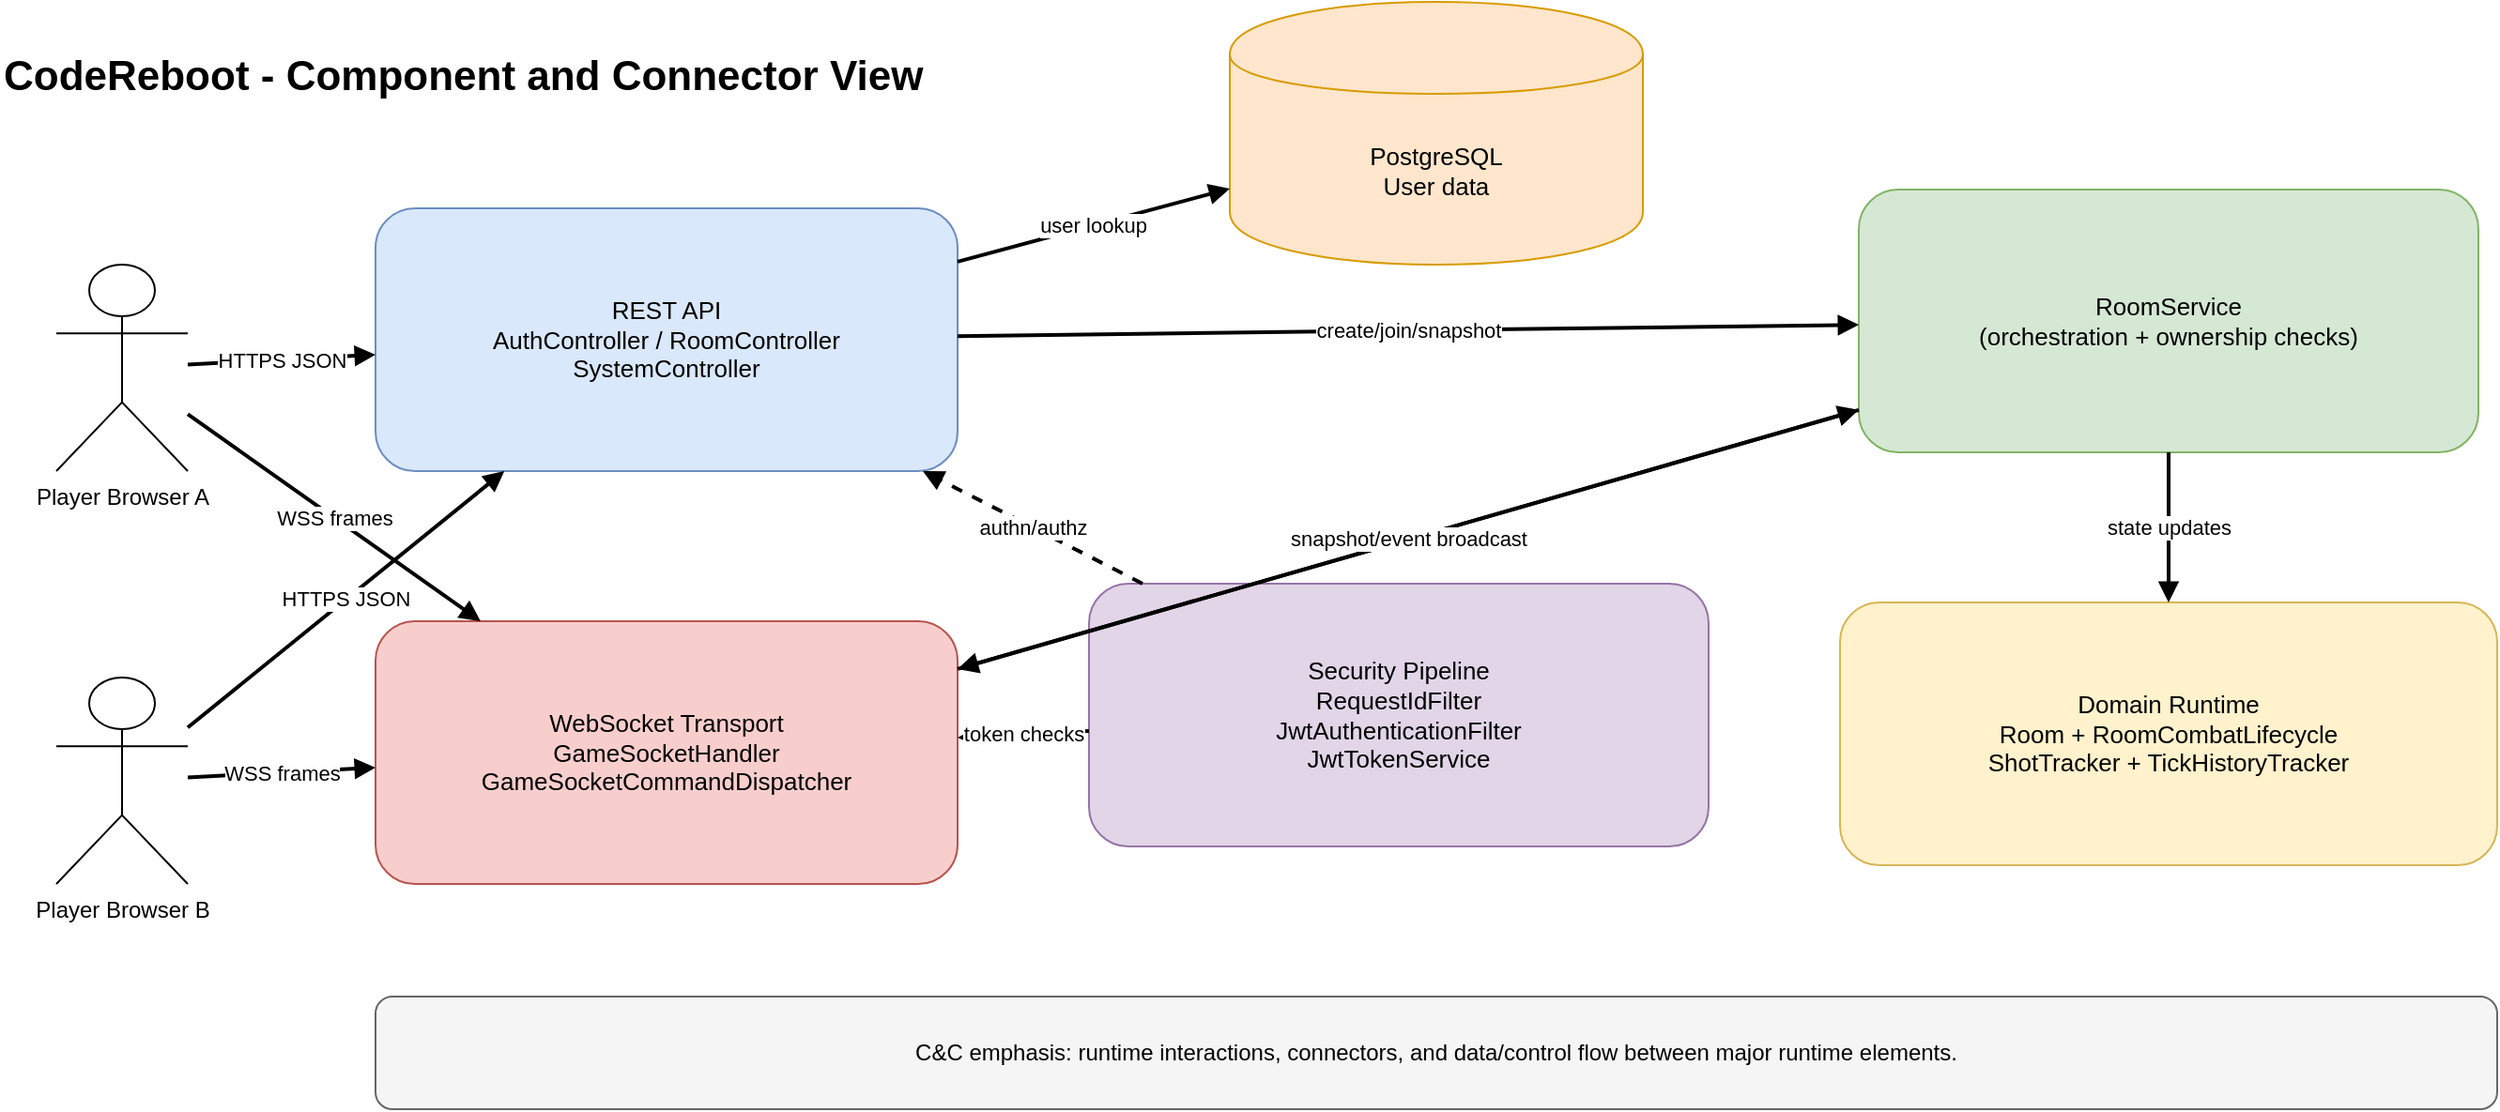
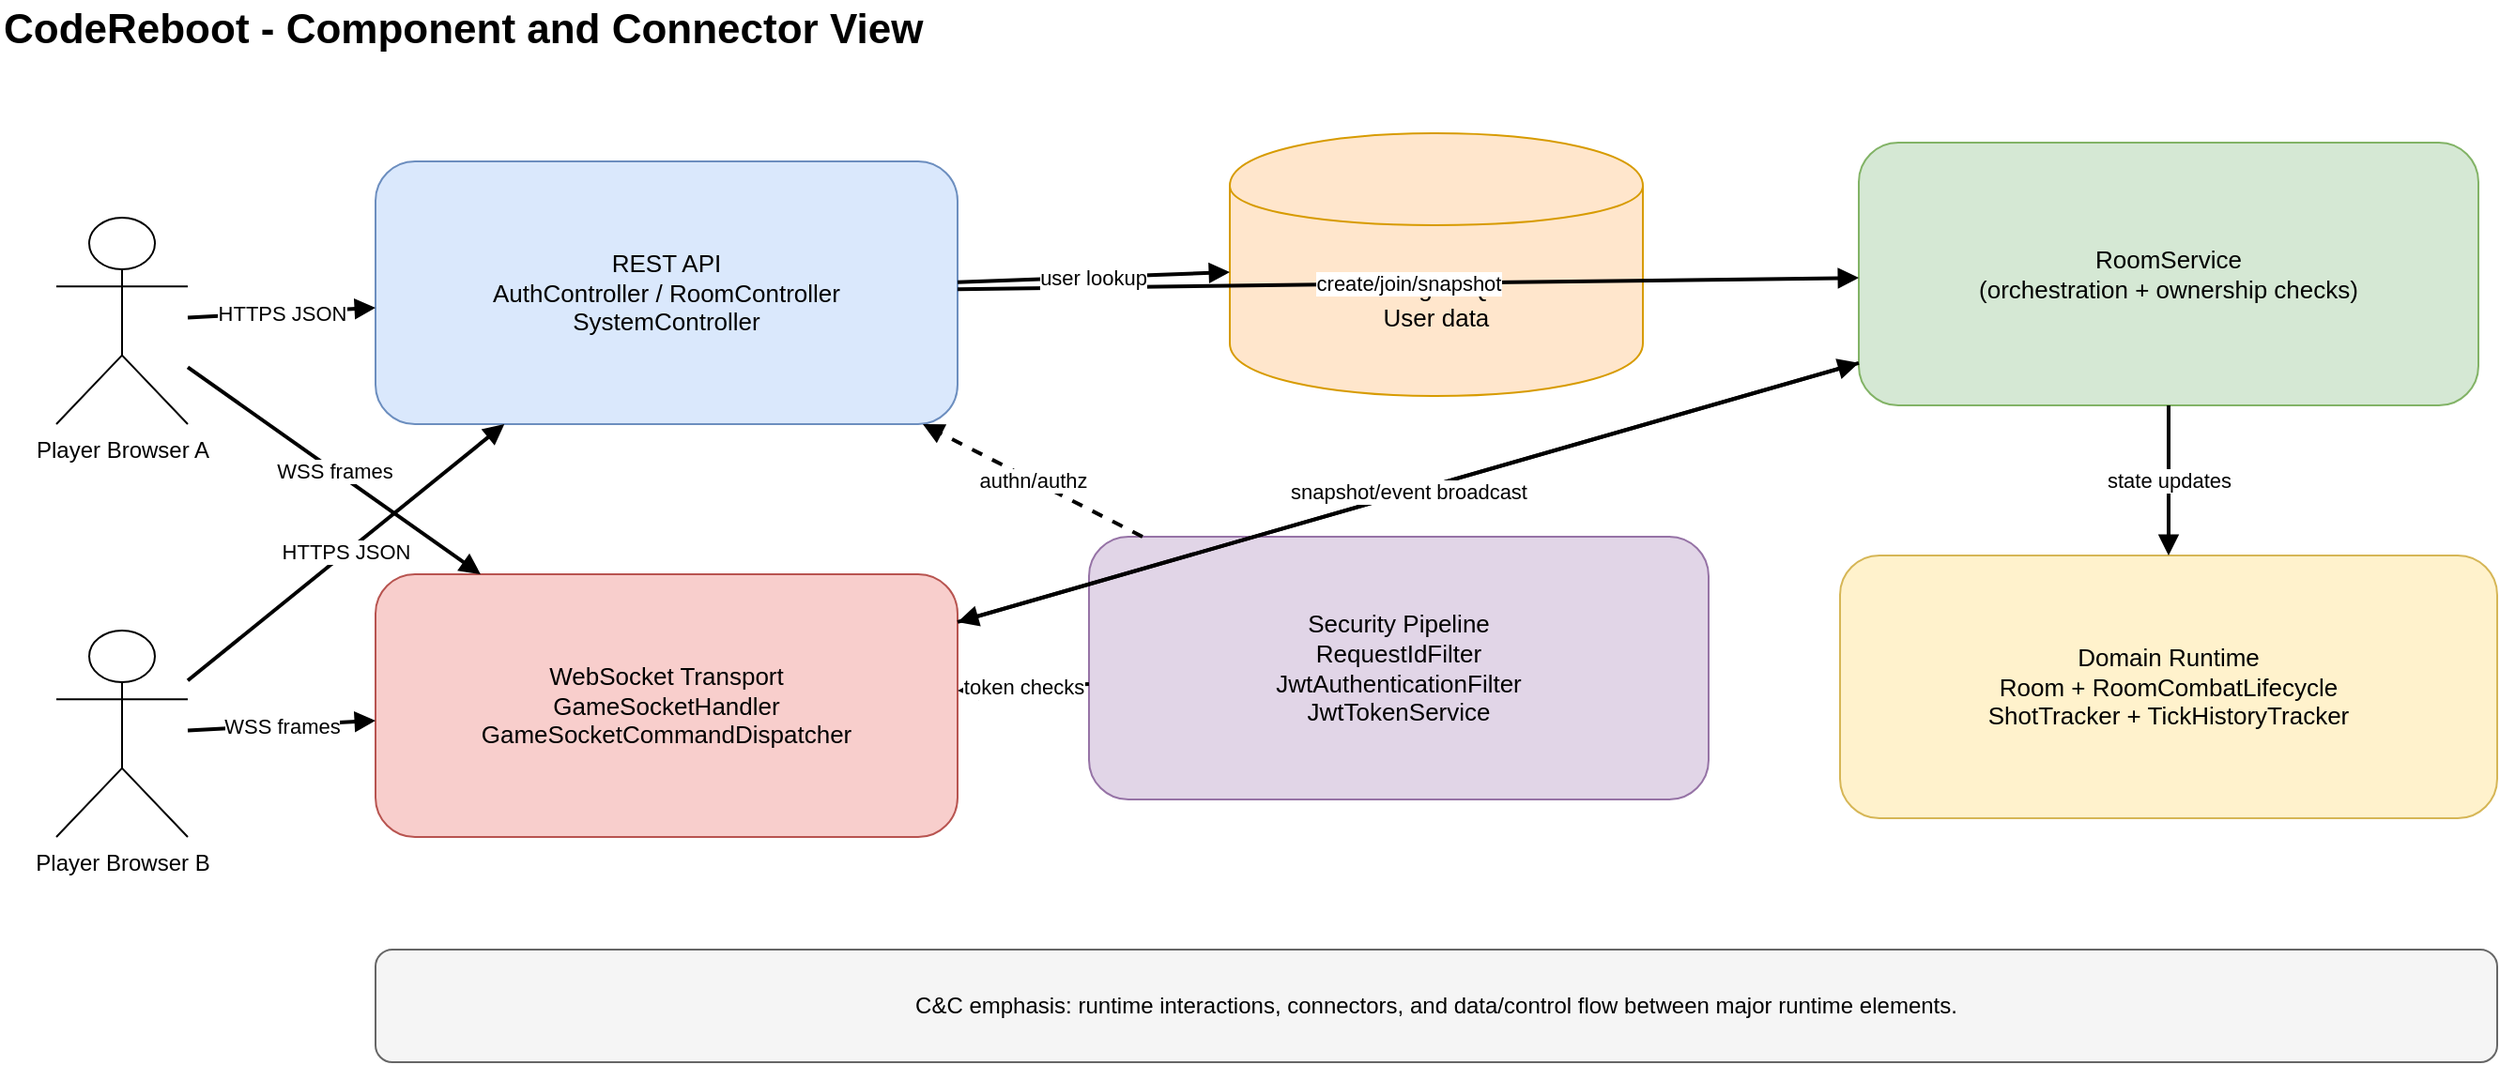
<mxfile host="65bd71144e">
    <diagram id="cc-view-1" name="C and C View">
-         <mxGraphModel dx="1626" dy="722" grid="1" gridSize="10" guides="1" tooltips="1" connect="1" arrows="1" fold="1" page="1" pageScale="1" pageWidth="1600" pageHeight="1000" math="0" shadow="0">
+         <mxGraphModel dx="1016" dy="451" grid="1" gridSize="10" guides="1" tooltips="1" connect="1" arrows="1" fold="1" page="1" pageScale="1" pageWidth="1600" pageHeight="1000" math="0" shadow="0">
            <root>
                <mxCell id="0"/>
                <mxCell id="1" parent="0"/>
                <mxCell id="title" value="CodeReboot - Component and Connector View" style="text;html=1;strokeColor=none;fillColor=none;align=left;verticalAlign=middle;whiteSpace=wrap;rounded=0;fontSize=22;fontStyle=1;" parent="1" vertex="1">
                    <mxGeometry x="50" y="24" width="760" height="32" as="geometry"/>
                </mxCell>
                <mxCell id="browserA" value="Player Browser A" style="shape=umlActor;verticalLabelPosition=bottom;verticalAlign=top;html=1;" parent="1" vertex="1">
                    <mxGeometry x="80" y="140" width="70" height="110" as="geometry"/>
                </mxCell>
                <mxCell id="browserB" value="Player Browser B" style="shape=umlActor;verticalLabelPosition=bottom;verticalAlign=top;html=1;" parent="1" vertex="1">
                    <mxGeometry x="80" y="360" width="70" height="110" as="geometry"/>
                </mxCell>
                <mxCell id="restApi" value="REST API&#xa;AuthController / RoomController&#xa;SystemController" style="rounded=1;whiteSpace=wrap;html=1;fillColor=#dae8fc;strokeColor=#6c8ebf;fontSize=13;" parent="1" vertex="1">
                    <mxGeometry x="250" y="110" width="310" height="140" as="geometry"/>
                </mxCell>
                <mxCell id="wsHandler" value="WebSocket Transport&#xa;GameSocketHandler&#xa;GameSocketCommandDispatcher" style="rounded=1;whiteSpace=wrap;html=1;fillColor=#f8cecc;strokeColor=#b85450;fontSize=13;" parent="1" vertex="1">
                    <mxGeometry x="250" y="330" width="310" height="140" as="geometry"/>
                </mxCell>
                <mxCell id="security" value="Security Pipeline&#xa;RequestIdFilter&#xa;JwtAuthenticationFilter&#xa;JwtTokenService" style="rounded=1;whiteSpace=wrap;html=1;fillColor=#e1d5e7;strokeColor=#9673a6;fontSize=13;" parent="1" vertex="1">
                    <mxGeometry x="630" y="310" width="330" height="140" as="geometry"/>
                </mxCell>
                <mxCell id="roomService" value="RoomService&#xa;(orchestration + ownership checks)" style="rounded=1;whiteSpace=wrap;html=1;fillColor=#d5e8d4;strokeColor=#82b366;fontSize=13;" parent="1" vertex="1">
                    <mxGeometry x="1040" y="100" width="330" height="140" as="geometry"/>
                </mxCell>
                <mxCell id="domain" value="Domain Runtime&#xa;Room + RoomCombatLifecycle&#xa;ShotTracker + TickHistoryTracker" style="rounded=1;whiteSpace=wrap;html=1;fillColor=#fff2cc;strokeColor=#d6b656;fontSize=13;" parent="1" vertex="1">
                    <mxGeometry x="1030" y="320" width="350" height="140" as="geometry"/>
                </mxCell>
                <mxCell id="db" value="PostgreSQL&#xa;User data" style="shape=cylinder;whiteSpace=wrap;html=1;boundedLbl=1;fillColor=#ffe6cc;strokeColor=#d79b00;fontSize=13;" parent="1" vertex="1">
-                     <mxGeometry x="705" width="220" height="140" as="geometry"/>
+                     <mxGeometry x="705" y="95" width="220" height="140" as="geometry"/>
                </mxCell>
                <mxCell id="e1" value="HTTPS JSON" style="endArrow=block;html=1;strokeWidth=2;" parent="1" source="browserA" target="restApi" edge="1">
                    <mxGeometry relative="1" as="geometry"/>
                </mxCell>
                <mxCell id="e2" value="HTTPS JSON" style="endArrow=block;html=1;strokeWidth=2;" parent="1" source="browserB" target="restApi" edge="1">
                    <mxGeometry relative="1" as="geometry"/>
                </mxCell>
                <mxCell id="e3" value="WSS frames" style="endArrow=block;html=1;strokeWidth=2;" parent="1" source="browserA" target="wsHandler" edge="1">
                    <mxGeometry relative="1" as="geometry"/>
                </mxCell>
                <mxCell id="e4" value="WSS frames" style="endArrow=block;html=1;strokeWidth=2;" parent="1" source="browserB" target="wsHandler" edge="1">
                    <mxGeometry relative="1" as="geometry"/>
                </mxCell>
                <mxCell id="e5" value="authn/authz" style="endArrow=block;html=1;dashed=1;strokeWidth=2;" parent="1" source="security" target="restApi" edge="1">
                    <mxGeometry relative="1" as="geometry"/>
                </mxCell>
                <mxCell id="e6" value="token checks" style="endArrow=block;html=1;dashed=1;strokeWidth=2;" parent="1" source="security" target="wsHandler" edge="1">
                    <mxGeometry relative="1" as="geometry"/>
                </mxCell>
                <mxCell id="e7" value="commands" style="endArrow=block;html=1;strokeWidth=2;" parent="1" source="wsHandler" target="roomService" edge="1">
                    <mxGeometry relative="1" as="geometry"/>
                </mxCell>
                <mxCell id="e8" value="create/join/snapshot" style="endArrow=block;html=1;strokeWidth=2;" parent="1" source="restApi" target="roomService" edge="1">
                    <mxGeometry relative="1" as="geometry"/>
                </mxCell>
                <mxCell id="e9" value="state updates" style="endArrow=block;html=1;strokeWidth=2;" parent="1" source="roomService" target="domain" edge="1">
                    <mxGeometry relative="1" as="geometry"/>
                </mxCell>
                <mxCell id="e10" value="user lookup" style="endArrow=block;html=1;strokeWidth=2;" parent="1" source="restApi" target="db" edge="1">
                    <mxGeometry relative="1" as="geometry"/>
                </mxCell>
                <mxCell id="e11" value="snapshot/event broadcast" style="endArrow=block;html=1;strokeWidth=2;" parent="1" source="roomService" target="wsHandler" edge="1">
                    <mxGeometry relative="1" as="geometry"/>
                </mxCell>
                <mxCell id="note" value="C&amp;C emphasis: runtime interactions, connectors, and data/control flow between major runtime elements." style="rounded=1;whiteSpace=wrap;html=1;fillColor=#f5f5f5;strokeColor=#666666;fontSize=12;" parent="1" vertex="1">
                    <mxGeometry x="250" y="530" width="1130" height="60" as="geometry"/>
                </mxCell>
            </root>
        </mxGraphModel>
    </diagram>
</mxfile>